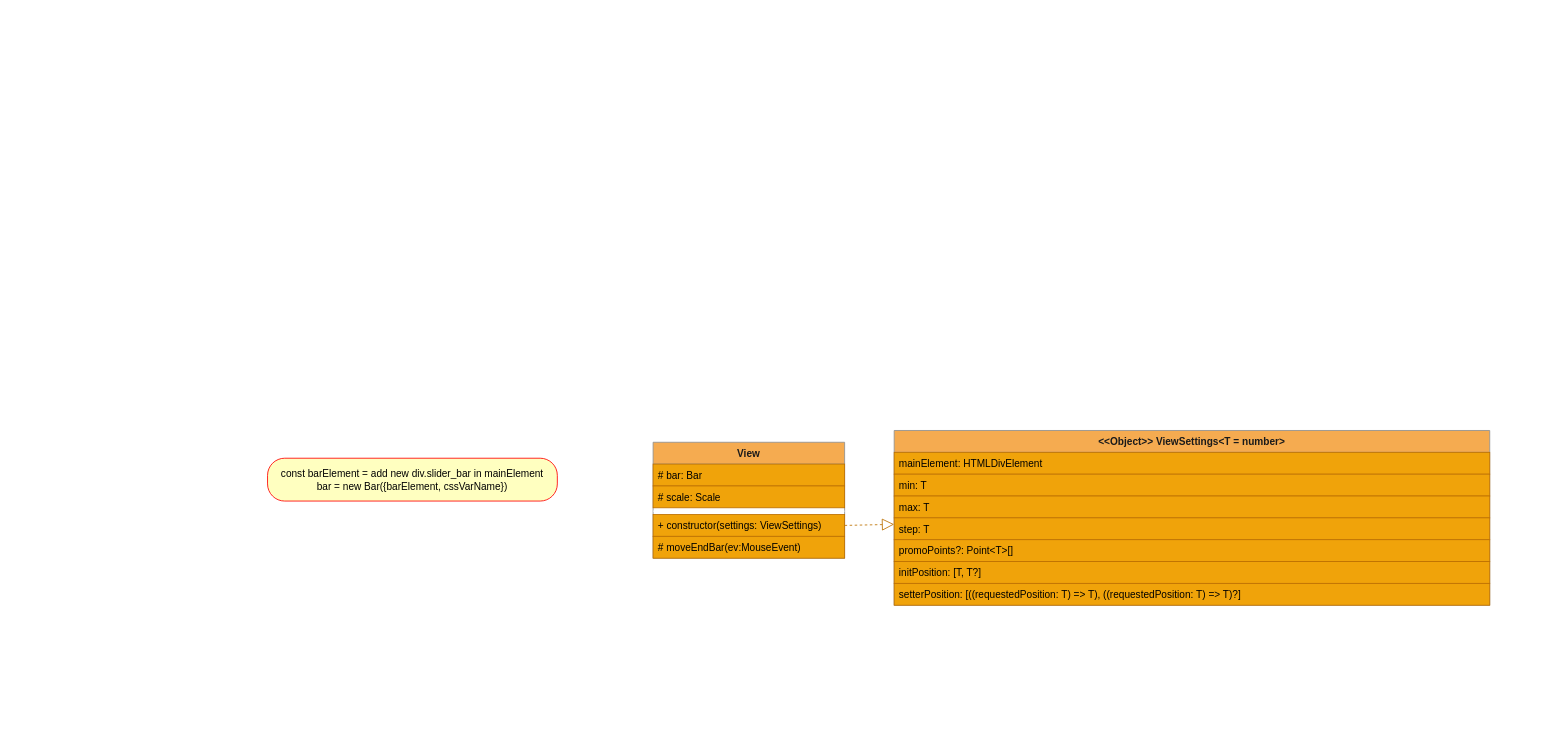
The draw.io diagram page "View" (5 of 7) of src/components/simple/slider/slider.drawio in ArhDemetriy/Slider, before the edit. Source tidied: cells renumbered, new cells numbered last; positions are measured from the earlier drawing's top-left corner, leaving out a move shared by most shapes. Both pictures are drawn from the tidied source at 84%, with x=0, y=0 at pixel (267, 430).
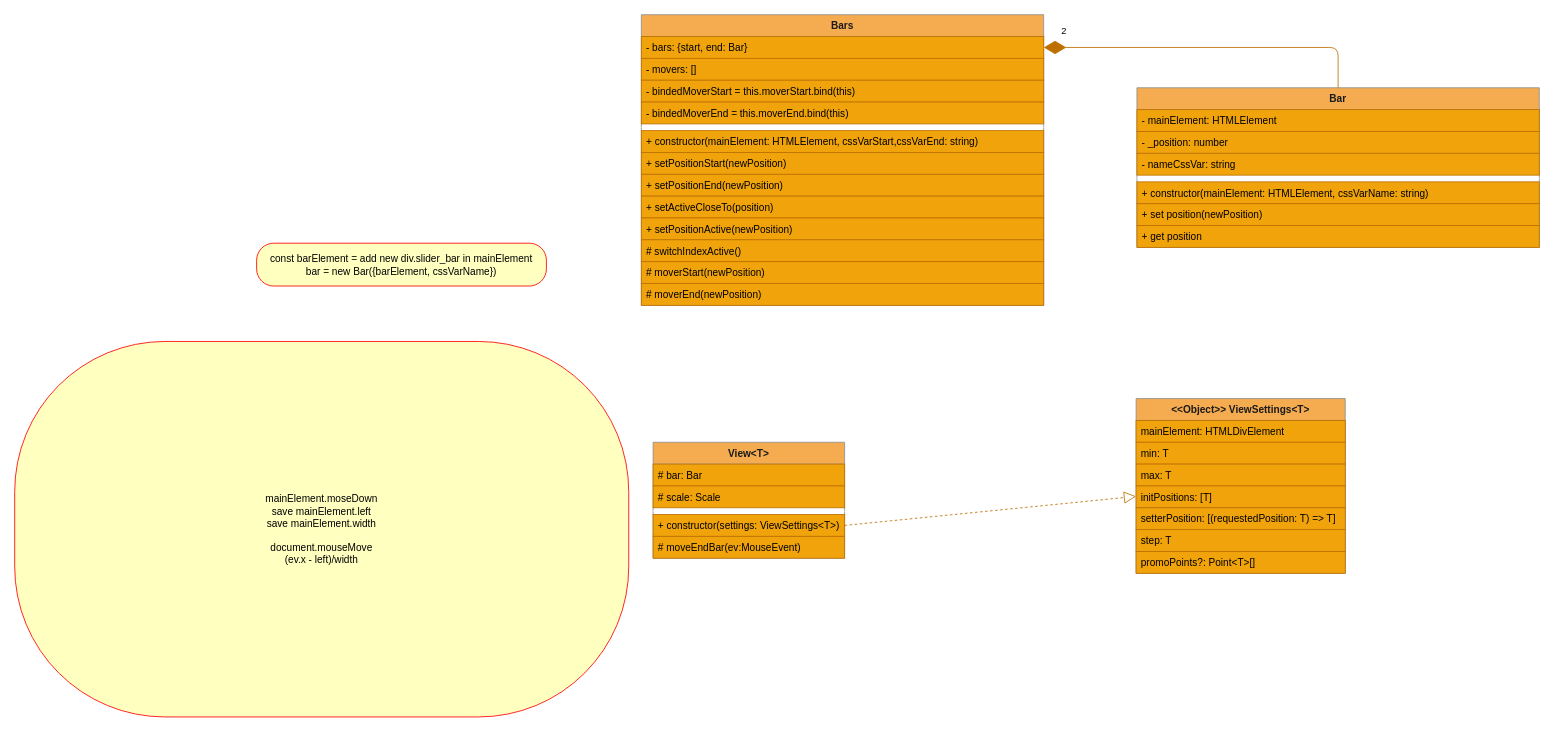
After the change.

Commit message (it also covers changes not shown here):
add: HTMLElementBase Destructible in View

Change to the diagram source:
```diff
@@
+    <mxCell id="20" value="Bars" style="swimlane;fontStyle=1;align=center;verticalAlign=top;horizontal=1;startSize=26;rounded=0;sketch=0;strokeColor=#909090;fillColor=#F5AB50;fontColor=#1A1A1A;" parent="1" vertex="1">
+      <mxGeometry x="445" y="-495" width="479" height="346" as="geometry" />
+    </mxCell>
+    <mxCell id="21" value="- bars: {start, end: Bar}" style="text;fillColor=#f0a30a;align=left;verticalAlign=top;spacingLeft=4;spacingRight=4;overflow=hidden;points=[[0,0.5],[1,0.5]];portConstraint=eastwest;strokeColor=#BD7000;fontColor=#000000;" parent="20" vertex="1">
+      <mxGeometry y="26" width="479" height="26" as="geometry" />
+    </mxCell>
+    <mxCell id="22" value="- movers: []" style="text;fillColor=#f0a30a;align=left;verticalAlign=top;spacingLeft=4;spacingRight=4;overflow=hidden;strokeColor=#BD7000;fontColor=#000000;" parent="20" vertex="1">
+      <mxGeometry y="52" width="479" height="26" as="geometry" />
+    </mxCell>
+    <mxCell id="23" value="- bindedMoverStart = this.moverStart.bind(this)" style="text;fillColor=#f0a30a;align=left;verticalAlign=top;spacingLeft=4;spacingRight=4;overflow=hidden;strokeColor=#BD7000;fontColor=#000000;" parent="20" vertex="1">
+      <mxGeometry y="78" width="479" height="26" as="geometry" />
+    </mxCell>
+    <mxCell id="24" value="- bindedMoverEnd = this.moverEnd.bind(this)" style="text;fillColor=#f0a30a;align=left;verticalAlign=top;spacingLeft=4;spacingRight=4;overflow=hidden;strokeColor=#BD7000;fontColor=#000000;" parent="20" vertex="1">
+      <mxGeometry y="104" width="479" height="26" as="geometry" />
+    </mxCell>
+    <mxCell id="25" style="line;strokeWidth=1;align=left;verticalAlign=middle;spacingTop=-1;spacingLeft=3;spacingRight=3;labelPosition=right;fillColor=#F0A30A;strokeColor=#FFFFFF;" parent="20" vertex="1">
+      <mxGeometry y="130" width="479" height="8" as="geometry" />
+    </mxCell>
+    <mxCell id="26" value="+ constructor(mainElement: HTMLElement, cssVarStart,cssVarEnd: string)" style="text;align=left;verticalAlign=top;spacingLeft=4;spacingRight=4;overflow=hidden;strokeColor=#BD7000;fontColor=#000000;fillColor=#F0A30A;" parent="20" vertex="1">
+      <mxGeometry y="138" width="479" height="26" as="geometry" />
+    </mxCell>
+    <mxCell id="27" value="+ setPositionStart(newPosition)" style="text;align=left;verticalAlign=top;spacingLeft=4;spacingRight=4;overflow=hidden;strokeColor=#BD7000;fontColor=#000000;fillColor=#F0A30A;" parent="20" vertex="1">
+      <mxGeometry y="164" width="479" height="26" as="geometry" />
+    </mxCell>
+    <mxCell id="28" value="+ setPositionEnd(newPosition)" style="text;align=left;verticalAlign=top;spacingLeft=4;spacingRight=4;overflow=hidden;strokeColor=#BD7000;fontColor=#000000;fillColor=#F0A30A;" parent="20" vertex="1">
+      <mxGeometry y="190" width="479" height="26" as="geometry" />
+    </mxCell>
+    <mxCell id="29" value="+ setActiveCloseTo(position)" style="text;align=left;verticalAlign=top;spacingLeft=4;spacingRight=4;overflow=hidden;strokeColor=#BD7000;fontColor=#000000;fillColor=#F0A30A;" parent="20" vertex="1">
+      <mxGeometry y="216" width="479" height="26" as="geometry" />
+    </mxCell>
+    <mxCell id="30" value="+ setPositionActive(newPosition)" style="text;align=left;verticalAlign=top;spacingLeft=4;spacingRight=4;overflow=hidden;strokeColor=#BD7000;fontColor=#000000;fillColor=#F0A30A;" parent="20" vertex="1">
+      <mxGeometry y="242" width="479" height="26" as="geometry" />
+    </mxCell>
+    <mxCell id="31" value="# switchIndexActive()" style="text;align=left;verticalAlign=top;spacingLeft=4;spacingRight=4;overflow=hidden;strokeColor=#BD7000;fontColor=#000000;fillColor=#F0A30A;" parent="20" vertex="1">
+      <mxGeometry y="268" width="479" height="26" as="geometry" />
+    </mxCell>
+    <mxCell id="32" value="# moverStart(newPosition)" style="text;align=left;verticalAlign=top;spacingLeft=4;spacingRight=4;overflow=hidden;strokeColor=#BD7000;fontColor=#000000;fillColor=#F0A30A;" parent="20" vertex="1">
+      <mxGeometry y="294" width="479" height="26" as="geometry" />
+    </mxCell>
+    <mxCell id="33" value="# moverEnd(newPosition)" style="text;align=left;verticalAlign=top;spacingLeft=4;spacingRight=4;overflow=hidden;strokeColor=#BD7000;fontColor=#000000;fillColor=#F0A30A;" parent="20" vertex="1">
+      <mxGeometry y="320" width="479" height="26" as="geometry" />
+    </mxCell>
+    <mxCell id="34" value="Bar" style="swimlane;fontStyle=1;align=center;verticalAlign=top;horizontal=1;startSize=26;rounded=0;sketch=0;strokeColor=#909090;fillColor=#F5AB50;fontColor=#1A1A1A;" parent="1" vertex="1">
+      <mxGeometry x="1035" y="-408" width="479" height="190" as="geometry" />
+    </mxCell>
+    <mxCell id="35" value="- mainElement: HTMLElement" style="text;fillColor=#f0a30a;align=left;verticalAlign=top;spacingLeft=4;spacingRight=4;overflow=hidden;strokeColor=#BD7000;fontColor=#000000;" parent="34" vertex="1">
+      <mxGeometry y="26" width="479" height="26" as="geometry" />
+    </mxCell>
+    <mxCell id="36" value="- _position: number" style="text;fillColor=#f0a30a;align=left;verticalAlign=top;spacingLeft=4;spacingRight=4;overflow=hidden;strokeColor=#BD7000;fontColor=#000000;" parent="34" vertex="1">
+      <mxGeometry y="52" width="479" height="26" as="geometry" />
+    </mxCell>
+    <mxCell id="37" value="- nameCssVar: string" style="text;fillColor=#f0a30a;align=left;verticalAlign=top;spacingLeft=4;spacingRight=4;overflow=hidden;strokeColor=#BD7000;fontColor=#000000;" parent="34" vertex="1">
+      <mxGeometry y="78" width="479" height="26" as="geometry" />
+    </mxCell>
+    <mxCell id="38" style="line;strokeWidth=1;align=left;verticalAlign=middle;spacingTop=-1;spacingLeft=3;spacingRight=3;labelPosition=right;fillColor=#F0A30A;strokeColor=#FFFFFF;" parent="34" vertex="1">
+      <mxGeometry y="104" width="479" height="8" as="geometry" />
+    </mxCell>
+    <mxCell id="39" value="+ constructor(mainElement: HTMLElement, cssVarName: string)" style="text;align=left;verticalAlign=top;spacingLeft=4;spacingRight=4;overflow=hidden;strokeColor=#BD7000;fontColor=#000000;fillColor=#F0A30A;" parent="34" vertex="1">
+      <mxGeometry y="112" width="479" height="26" as="geometry" />
+    </mxCell>
+    <mxCell id="40" value="+ set position(newPosition)" style="text;align=left;verticalAlign=top;spacingLeft=4;spacingRight=4;overflow=hidden;strokeColor=#BD7000;fontColor=#000000;fillColor=#F0A30A;" parent="34" vertex="1">
+      <mxGeometry y="138" width="479" height="26" as="geometry" />
+    </mxCell>
+    <mxCell id="41" value="+ get position" style="text;align=left;verticalAlign=top;spacingLeft=4;spacingRight=4;overflow=hidden;strokeColor=#BD7000;fontColor=#000000;fillColor=#F0A30A;" parent="34" vertex="1">
+      <mxGeometry y="164" width="479" height="26" as="geometry" />
+    </mxCell>
+    <mxCell id="42" style="endArrow=diamondThin;endFill=1;endSize=24;html=1;strokeColor=#BD7000;entryX=1;entryY=0.5;entryDx=0;entryDy=0;edgeStyle=orthogonalEdgeStyle;exitX=0.5;exitY=0;exitDx=0;exitDy=0;" parent="1" edge="1" source="34" target="21">
+      <mxGeometry relative="1" as="geometry" />
+    </mxCell>
+    <mxCell id="43" value="2" style="edgeLabel;html=1;align=center;verticalAlign=middle;" parent="42" vertex="1">
+      <mxGeometry x="0.86" y="2" relative="1" as="geometry">
+        <mxPoint x="-3.8" y="-23" as="offset" />
+      </mxGeometry>
+    </mxCell>
+    <mxCell id="44" value="mainElement.moseDown&lt;br&gt;save mainElement.left&lt;br&gt;save mainElement.width&lt;br&gt;&lt;br&gt;document.mouseMove&lt;br&gt;(ev.x - left)/width&lt;br&gt;" style="rounded=1;whiteSpace=wrap;html=1;arcSize=40;fontColor=#000000;fillColor=#ffffc0;strokeColor=#ff0000;" parent="1" vertex="1">
+      <mxGeometry x="-301" y="-106" width="731" height="447" as="geometry" />
+    </mxCell>
@@
-    <mxCell id="3" value="View" style="swimlane;fontStyle=1;align=center;verticalAlign=top;horizontal=1;startSize=26;rounded=0;sketch=0;strokeColor=#909090;fillColor=#F5AB50;fontColor=#1A1A1A;" parent="2" vertex="1">
+    <mxCell id="3" value="View&lt;T&gt;" style="swimlane;fontStyle=1;align=center;verticalAlign=top;horizontal=1;startSize=26;rounded=0;sketch=0;strokeColor=#909090;fillColor=#F5AB50;fontColor=#1A1A1A;" parent="2" vertex="1">
       <mxGeometry x="459" y="14" width="228" height="138" as="geometry" />
     </mxCell>
@@
-    <mxCell id="7" value="+ constructor(settings: ViewSettings)" style="text;align=left;verticalAlign=top;spacingLeft=4;spacingRight=4;overflow=hidden;points=[[0,0.5],[1,0.5]];portConstraint=eastwest;strokeColor=#BD7000;fontColor=#000000;fillColor=#F0A30A;" parent="3" vertex="1">
+    <mxCell id="7" value="+ constructor(settings: ViewSettings&lt;T&gt;)" style="text;align=left;verticalAlign=top;spacingLeft=4;spacingRight=4;overflow=hidden;points=[[0,0.5],[1,0.5]];portConstraint=eastwest;strokeColor=#BD7000;fontColor=#000000;fillColor=#F0A30A;" parent="3" vertex="1">
       <mxGeometry y="86" width="228" height="26" as="geometry" />
     </mxCell>
@@
-    <mxCell id="9" value="&lt;&lt;Object&gt;&gt; ViewSettings&lt;T = number&gt;" style="swimlane;fontStyle=1;align=center;verticalAlign=top;horizontal=1;startSize=26;rounded=0;sketch=0;strokeColor=#909090;fillColor=#F5AB50;fontColor=#1A1A1A;" parent="2" vertex="1">
-      <mxGeometry x="746" width="709" height="208" as="geometry" />
+    <mxCell id="9" value="&lt;&lt;Object&gt;&gt; ViewSettings&lt;T&gt;" style="swimlane;fontStyle=1;align=center;verticalAlign=top;horizontal=1;startSize=26;rounded=0;sketch=0;strokeColor=#909090;fillColor=#F5AB50;fontColor=#1A1A1A;" parent="2" vertex="1">
+      <mxGeometry x="1034" y="-38" width="249" height="208" as="geometry" />
     </mxCell>
     <mxCell id="10" value="mainElement: HTMLDivElement" style="text;fillColor=#f0a30a;align=left;verticalAlign=top;spacingLeft=4;spacingRight=4;overflow=hidden;strokeColor=#BD7000;fontColor=#000000;" parent="9" vertex="1">
-      <mxGeometry y="26" width="709" height="26" as="geometry" />
+      <mxGeometry y="26" width="249" height="26" as="geometry" />
     </mxCell>
     <mxCell id="11" value="min: T" style="text;fillColor=#f0a30a;align=left;verticalAlign=top;spacingLeft=4;spacingRight=4;overflow=hidden;strokeColor=#BD7000;fontColor=#000000;" parent="9" vertex="1">
-      <mxGeometry y="52" width="709" height="26" as="geometry" />
+      <mxGeometry y="52" width="249" height="26" as="geometry" />
     </mxCell>
     <mxCell id="12" value="max: T" style="text;fillColor=#f0a30a;align=left;verticalAlign=top;spacingLeft=4;spacingRight=4;overflow=hidden;strokeColor=#BD7000;fontColor=#000000;" parent="9" vertex="1">
-      <mxGeometry y="78" width="709" height="26" as="geometry" />
+      <mxGeometry y="78" width="249" height="26" as="geometry" />
     </mxCell>
+    <mxCell id="15" value="initPositions: [T]" style="text;fillColor=#f0a30a;align=left;verticalAlign=top;spacingLeft=4;spacingRight=4;overflow=hidden;strokeColor=#BD7000;fontColor=#000000;" parent="9" vertex="1">
+      <mxGeometry y="104" width="249" height="26" as="geometry" />
+    </mxCell>
+    <mxCell id="16" value="setterPosition: [(requestedPosition: T) =&gt; T]" style="text;fillColor=#f0a30a;align=left;verticalAlign=top;spacingLeft=4;spacingRight=4;overflow=hidden;strokeColor=#BD7000;fontColor=#000000;" parent="9" vertex="1">
+      <mxGeometry y="130" width="249" height="26" as="geometry" />
+    </mxCell>
     <mxCell id="13" value="step: T" style="text;fillColor=#f0a30a;align=left;verticalAlign=top;spacingLeft=4;spacingRight=4;overflow=hidden;strokeColor=#BD7000;fontColor=#000000;" parent="9" vertex="1">
-      <mxGeometry y="104" width="709" height="26" as="geometry" />
+      <mxGeometry y="156" width="249" height="26" as="geometry" />
     </mxCell>
     <mxCell id="14" value="promoPoints?: Point&lt;T&gt;[]" style="text;fillColor=#f0a30a;align=left;verticalAlign=top;spacingLeft=4;spacingRight=4;overflow=hidden;strokeColor=#BD7000;fontColor=#000000;" parent="9" vertex="1">
-      <mxGeometry y="130" width="709" height="26" as="geometry" />
+      <mxGeometry y="182" width="249" height="26" as="geometry" />
     </mxCell>
-    <mxCell id="15" value="initPosition: [T, T?]" style="text;fillColor=#f0a30a;align=left;verticalAlign=top;spacingLeft=4;spacingRight=4;overflow=hidden;strokeColor=#BD7000;fontColor=#000000;" parent="9" vertex="1">
-      <mxGeometry y="156" width="709" height="26" as="geometry" />
-    </mxCell>
-    <mxCell id="16" value="setterPosition: [((requestedPosition: T) =&gt; T), ((requestedPosition: T) =&gt; T)?]" style="text;fillColor=#f0a30a;align=left;verticalAlign=top;spacingLeft=4;spacingRight=4;overflow=hidden;strokeColor=#BD7000;fontColor=#000000;" parent="9" vertex="1">
-      <mxGeometry y="182" width="709" height="26" as="geometry" />
-    </mxCell>
@@
     <mxCell id="18" value="const barElement = add new div.slider_bar in mainElement&lt;br&gt;bar = new Bar({barElement, cssVarName})" style="rounded=1;whiteSpace=wrap;html=1;arcSize=40;fontColor=#000000;fillColor=#ffffc0;strokeColor=#ff0000;" parent="2" vertex="1">
-      <mxGeometry y="33" width="345" height="51" as="geometry" />
+      <mxGeometry x="-13" y="-223" width="345" height="51" as="geometry" />
     </mxCell>
```
